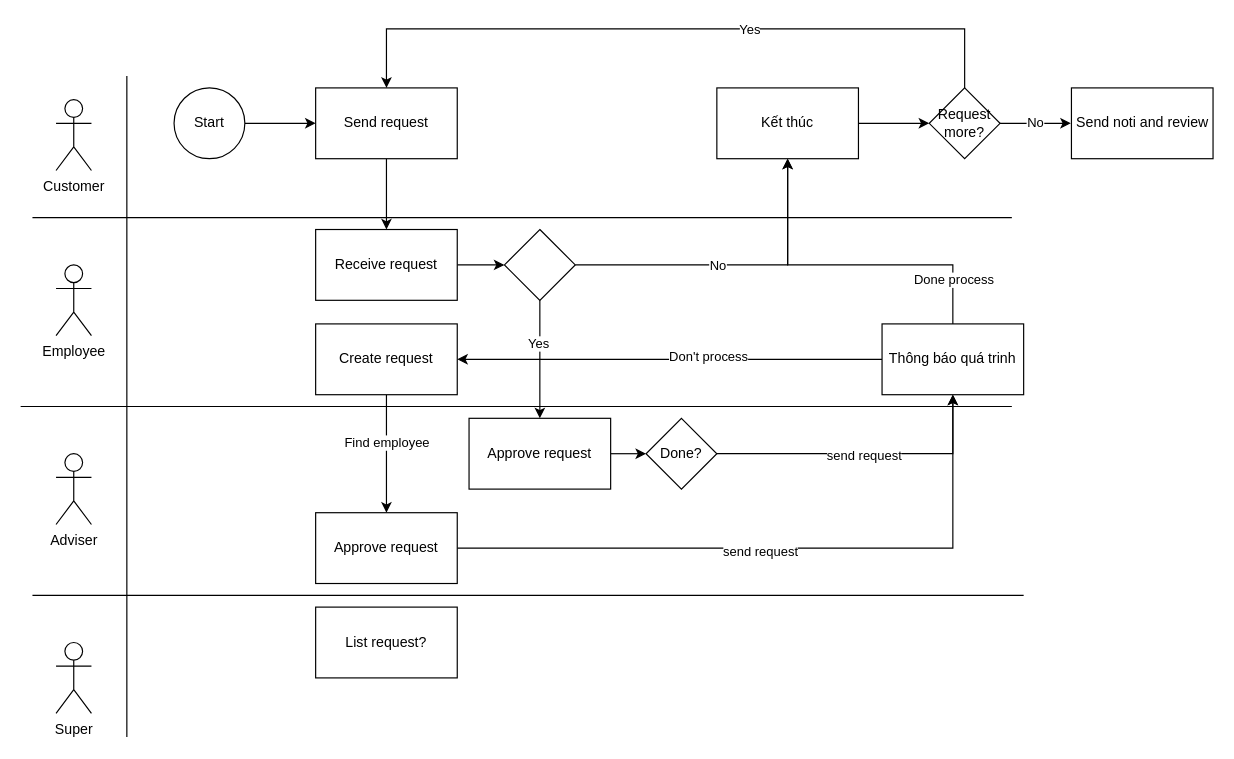
zanedev2304/blogVanLang keeps this draw.io diagram as diagram/swimland.drawio. Above is the earlier version. Source tidied: cells renumbered, new cells numbered last; positions are measured from the earlier drawing's top-left corner, leaving out a move shared by most shapes. Both pictures are drawn from the tidied source at 118%, with x=0, y=0 at pixel (20, 28).
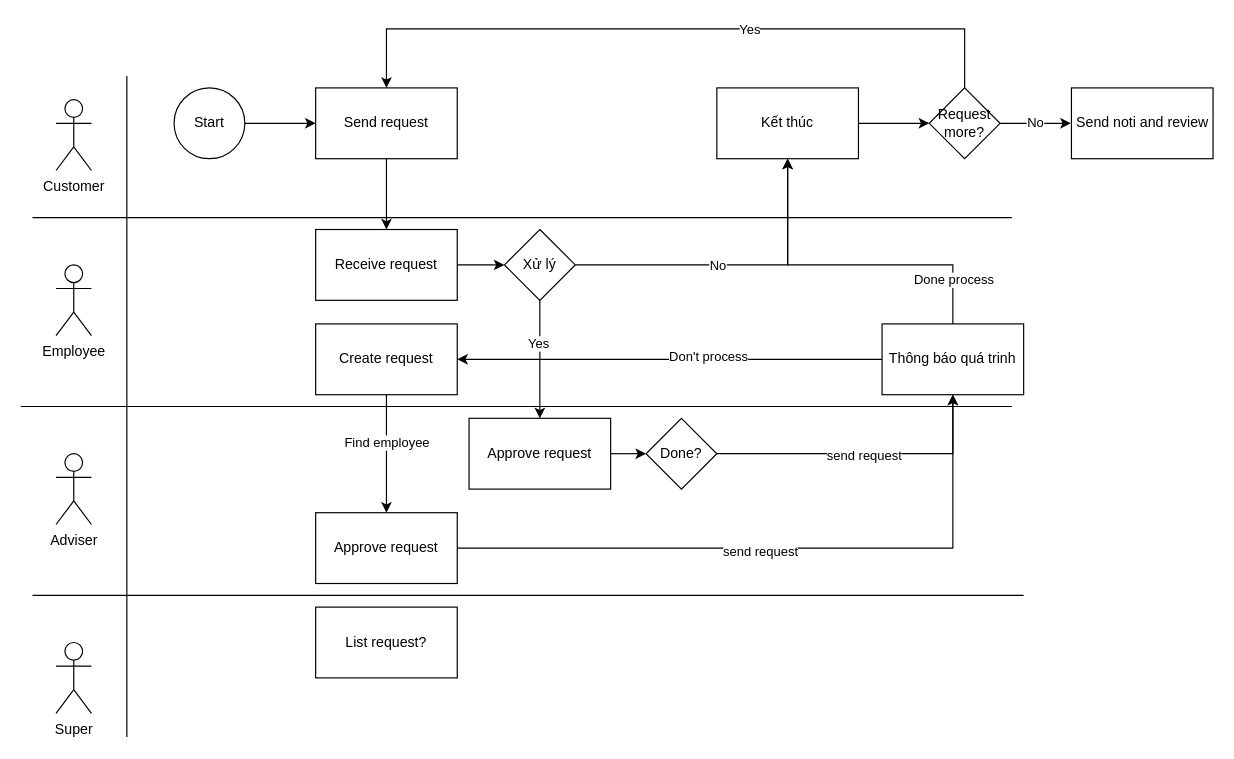
The same page after the edit.

Change to the diagram source:
```diff
@@
-    <mxCell id="23" style="rhombus;whiteSpace=wrap;html=1;" parent="1" vertex="1">
+    <mxCell id="23" value="Xử lý" style="rhombus;whiteSpace=wrap;html=1;" parent="1" vertex="1">
       <mxGeometry x="410" y="170" width="60" height="60" as="geometry" />
     </mxCell>
```
